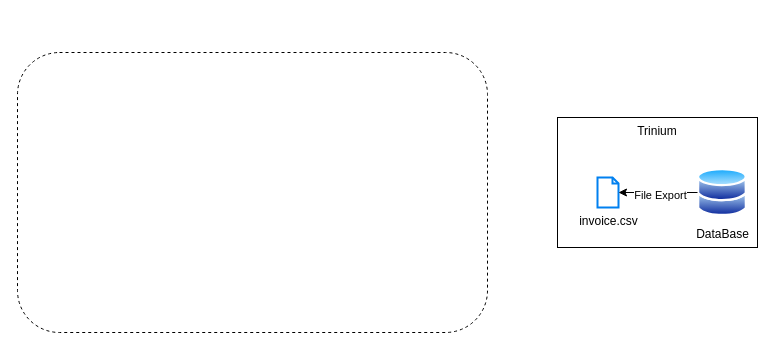
Earlier version of the draw.io diagram Wheelz.drawio (sreenubk/user-tracker). Source tidied: cells renumbered, new cells numbered last; positions are measured from the earlier drawing's top-left corner, leaving out a move shared by most shapes. Both pictures are drawn from the tidied source at 100%, with x=0, y=0 at pixel (17, 52). Pictures stored in the file or linked from it are replaced by grey dashed boxes.
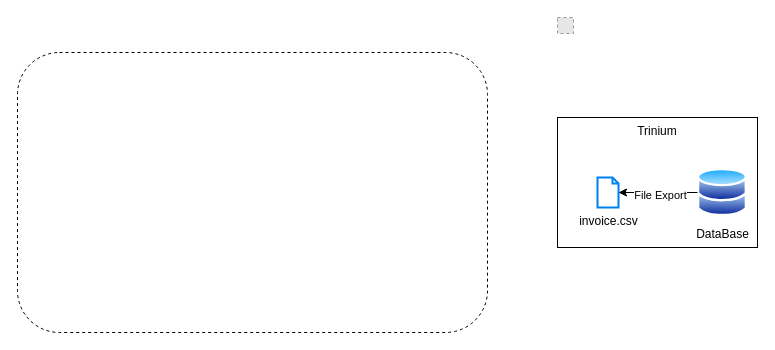
The same diagram, later.

Change to the diagram source:
```diff
@@
 <mxGraphModel>
   <root>
     <mxCell id="0" />
     <mxCell id="1" parent="0" />
     <mxCell id="2" value="Trinium" style="rounded=0;whiteSpace=wrap;html=1;horizontal=1;verticalAlign=top;" parent="1" vertex="1">
       <mxGeometry x="540" y="65" width="200" height="130" as="geometry" />
     </mxCell>
     <mxCell id="3" style="rounded=1;whiteSpace=wrap;html=1;dashed=1;" parent="1" vertex="1">
       <mxGeometry width="470" height="280" as="geometry" />
     </mxCell>
     <mxCell id="4" value="DataBase" style="image;perimeter=ellipsePerimeter;html=1;align=center;shadow=0;dashed=0;spacingTop=3;image=img/lib/active_directory/databases.svg;" parent="1" vertex="1">
       <mxGeometry x="680" y="115.5" width="50" height="49" as="geometry" />
     </mxCell>
     <mxCell id="5" value="invoice.csv" style="html=1;verticalLabelPosition=bottom;align=center;labelBackgroundColor=#ffffff;verticalAlign=top;strokeWidth=2;strokeColor=#0080F0;shadow=0;dashed=0;shape=mxgraph.ios7.icons.document;" parent="1" vertex="1">
       <mxGeometry x="580" y="125" width="21" height="30" as="geometry" />
     </mxCell>
     <mxCell id="6" style="endArrow=classic;html=1;rounded=0;exitX=0;exitY=0.5;exitDx=0;exitDy=0;" parent="1" edge="1" source="4" target="5">
       <mxGeometry relative="1" as="geometry" />
     </mxCell>
     <mxCell id="7" value="File Export" style="edgeLabel;html=1;align=center;verticalAlign=middle;" parent="6" vertex="1">
       <mxGeometry x="-0.04" y="2" relative="1" as="geometry" />
     </mxCell>
+    <mxCell id="8" style="fillColor=#E6E6E6;strokeColor=#999999;dashed=1;verticalLabelPosition=bottom;labelBackgroundColor=default;verticalAlign=top;" parent="1" vertex="1">
+      <mxGeometry x="540" y="-35" width="16" height="16" as="geometry" />
+    </mxCell>
   </root>
 </mxGraphModel>
```
